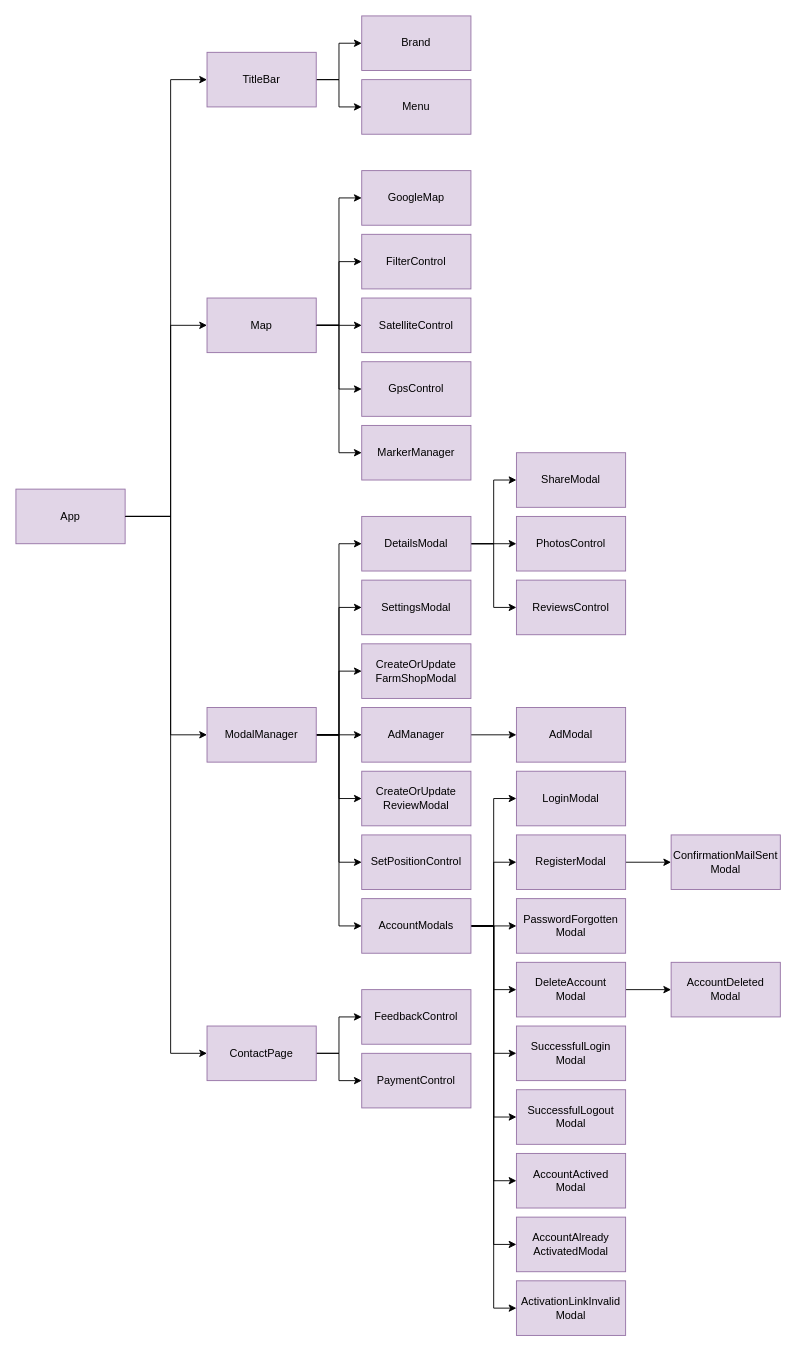
The draw.io diagram page "front-end" (6 of 6) of _images/architecture.drawio in gartenkralle/geolocation-services-doc, before the edit. Source tidied: cells renumbered, new cells numbered last; positions are measured from the earlier drawing's top-left corner, leaving out a move shared by most shapes. Both pictures are drawn from the tidied source at 91%, with x=0, y=0 at pixel (15, 15).
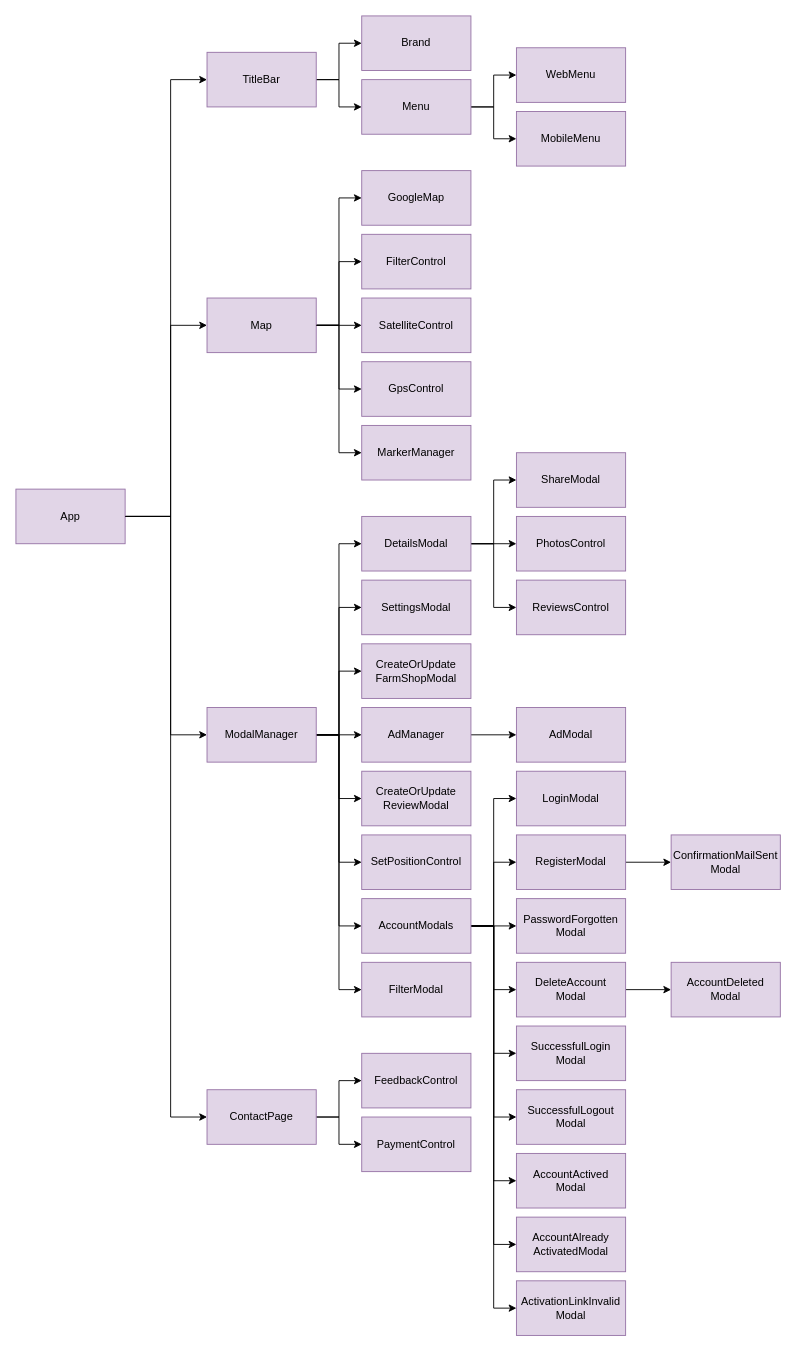
Above is the later version.

Commit message (it also covers changes not shown here):
update front end diagram

Unchanged cells that the change refers to:
```xml
<mxCell id="5" value="App" style="rounded=0;whiteSpace=wrap;html=1;fillColor=#e1d5e7;strokeColor=#9673a6;" parent="1" vertex="1">
  <mxGeometry y="520" width="120" height="60" as="geometry" />
</mxCell>
<mxCell id="6" value="Menu" style="rounded=0;whiteSpace=wrap;html=1;fillColor=#e1d5e7;strokeColor=#9673a6;" parent="1" vertex="1">
  <mxGeometry x="380" y="70" width="120" height="60" as="geometry" />
</mxCell>
<mxCell id="19" value="ModalManager" style="rounded=0;whiteSpace=wrap;html=1;fillColor=#e1d5e7;strokeColor=#9673a6;" parent="1" vertex="1">
  <mxGeometry x="210" y="760" width="120" height="60" as="geometry" />
</mxCell>
```

What changed in the source:
```diff
@@
     <mxCell id="4" style="edgeStyle=orthogonalEdgeStyle;rounded=0;jettySize=auto;html=1;entryX=0;entryY=0.5;entryDx=0;entryDy=0;" parent="1" edge="1" source="5" target="45">
       <mxGeometry relative="1" as="geometry">
         <Array as="points">
           <mxPoint x="170" y="550" />
-          <mxPoint x="170" y="1140" />
+          <mxPoint x="170" y="1210" />
         </Array>
       </mxGeometry>
     </mxCell>
@@
+    <mxCell id="73" style="edgeStyle=orthogonalEdgeStyle;rounded=0;jettySize=auto;html=1;entryX=0;entryY=0.5;entryDx=0;entryDy=0;" parent="1" edge="1" source="6" target="76">
+      <mxGeometry relative="1" as="geometry" />
+    </mxCell>
+    <mxCell id="74" style="edgeStyle=orthogonalEdgeStyle;rounded=0;jettySize=auto;html=1;entryX=0;entryY=0.5;entryDx=0;entryDy=0;" parent="1" edge="1" source="6" target="77">
+      <mxGeometry relative="1" as="geometry" />
+    </mxCell>
@@
+    <mxCell id="75" style="edgeStyle=orthogonalEdgeStyle;rounded=0;jettySize=auto;html=1;entryX=0;entryY=0.5;entryDx=0;entryDy=0;" parent="1" edge="1" source="19" target="78">
+      <mxGeometry relative="1" as="geometry" />
+    </mxCell>
@@
     <mxCell id="45" value="ContactPage" style="rounded=0;whiteSpace=wrap;html=1;fillColor=#e1d5e7;strokeColor=#9673a6;" parent="1" vertex="1">
-      <mxGeometry x="210" y="1110" width="120" height="60" as="geometry" />
+      <mxGeometry x="210" y="1180" width="120" height="60" as="geometry" />
     </mxCell>
     <mxCell id="46" value="FeedbackControl" style="rounded=0;whiteSpace=wrap;html=1;fillColor=#e1d5e7;strokeColor=#9673a6;" parent="1" vertex="1">
-      <mxGeometry x="380" y="1070" width="120" height="60" as="geometry" />
+      <mxGeometry x="380" y="1140" width="120" height="60" as="geometry" />
     </mxCell>
     <mxCell id="47" value="PaymentControl" style="rounded=0;whiteSpace=wrap;html=1;fillColor=#e1d5e7;strokeColor=#9673a6;" parent="1" vertex="1">
-      <mxGeometry x="380" y="1140" width="120" height="60" as="geometry" />
+      <mxGeometry x="380" y="1210" width="120" height="60" as="geometry" />
     </mxCell>
@@
+    <mxCell id="76" value="WebMenu" style="rounded=0;whiteSpace=wrap;html=1;fillColor=#e1d5e7;strokeColor=#9673a6;" parent="1" vertex="1">
+      <mxGeometry x="550" y="35" width="120" height="60" as="geometry" />
+    </mxCell>
+    <mxCell id="77" value="MobileMenu" style="rounded=0;whiteSpace=wrap;html=1;fillColor=#e1d5e7;strokeColor=#9673a6;" parent="1" vertex="1">
+      <mxGeometry x="550" y="105" width="120" height="60" as="geometry" />
+    </mxCell>
+    <mxCell id="78" value="FilterModal" style="rounded=0;whiteSpace=wrap;html=1;fillColor=#e1d5e7;strokeColor=#9673a6;" parent="1" vertex="1">
+      <mxGeometry x="380" y="1040" width="120" height="60" as="geometry" />
+    </mxCell>
```
